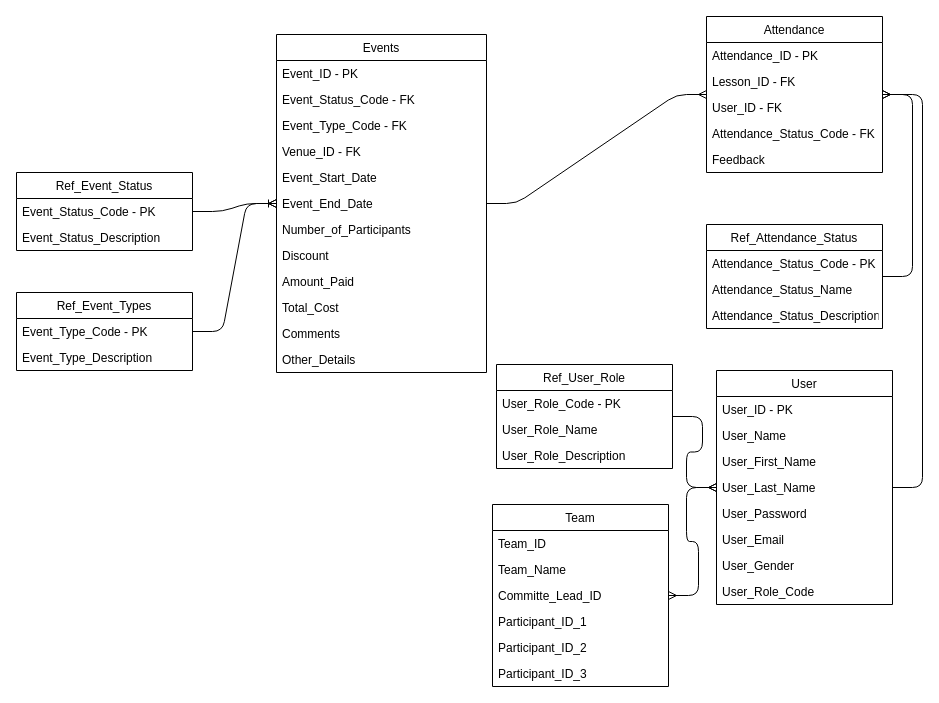
Above: page "ERD - Simplify" (4 of 8) of Documentation/DellEvent.drawio in frostyseb/ITDP (draw.io), before the change. Source tidied: cells renumbered, new cells numbered last; positions are measured from the earlier drawing's top-left corner, leaving out a move shared by most shapes. Both pictures are drawn from the tidied source at 100%, with x=0, y=0 at pixel (16, 16).
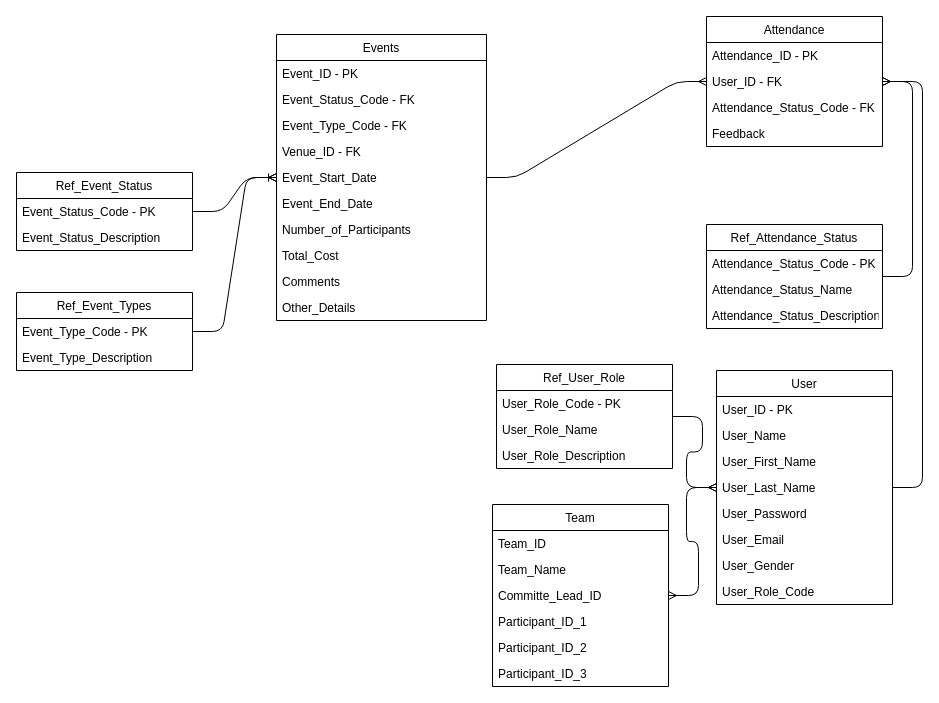
After the change.

What changed in the source:
```diff
@@
     <mxCell id="2" value="Events" style="swimlane;fontStyle=0;horizontal=1;startSize=26;fillColor=none;" parent="1" vertex="1">
-      <mxGeometry x="260" y="18" width="210" height="338" as="geometry" />
+      <mxGeometry x="260" y="18" width="210" height="286" as="geometry" />
     </mxCell>
@@
-    <mxCell id="10" value="Discount" style="text;strokeColor=none;fillColor=none;align=left;verticalAlign=top;spacingLeft=4;spacingRight=4;overflow=hidden;" parent="2" vertex="1">
-      <mxGeometry y="208" width="210" height="26" as="geometry" />
-    </mxCell>
-    <mxCell id="11" value="Amount_Paid" style="text;strokeColor=none;fillColor=none;align=left;verticalAlign=top;spacingLeft=4;spacingRight=4;overflow=hidden;" parent="2" vertex="1">
-      <mxGeometry y="234" width="210" height="26" as="geometry" />
-    </mxCell>
     <mxCell id="12" value="Total_Cost" style="text;strokeColor=none;fillColor=none;align=left;verticalAlign=top;spacingLeft=4;spacingRight=4;overflow=hidden;" parent="2" vertex="1">
-      <mxGeometry y="260" width="210" height="26" as="geometry" />
+      <mxGeometry y="208" width="210" height="26" as="geometry" />
     </mxCell>
     <mxCell id="13" value="Comments" style="text;strokeColor=none;fillColor=none;align=left;verticalAlign=top;spacingLeft=4;spacingRight=4;overflow=hidden;" parent="2" vertex="1">
-      <mxGeometry y="286" width="210" height="26" as="geometry" />
+      <mxGeometry y="234" width="210" height="26" as="geometry" />
     </mxCell>
     <mxCell id="14" value="Other_Details" style="text;strokeColor=none;fillColor=none;align=left;verticalAlign=top;spacingLeft=4;spacingRight=4;overflow=hidden;" parent="2" vertex="1">
-      <mxGeometry y="312" width="210" height="26" as="geometry" />
+      <mxGeometry y="260" width="210" height="26" as="geometry" />
     </mxCell>
     <mxCell id="15" value="Attendance" style="swimlane;fontStyle=0;horizontal=1;startSize=26;fillColor=none;" parent="1" vertex="1">
-      <mxGeometry x="690" width="176" height="156" as="geometry" />
+      <mxGeometry x="690" width="176" height="130" as="geometry" />
     </mxCell>
@@
-    <mxCell id="17" value="Lesson_ID - FK" style="text;strokeColor=none;fillColor=none;align=left;verticalAlign=top;spacingLeft=4;spacingRight=4;overflow=hidden;" parent="15" vertex="1">
-      <mxGeometry y="52" width="176" height="26" as="geometry" />
-    </mxCell>
     <mxCell id="18" value="User_ID - FK" style="text;strokeColor=none;fillColor=none;align=left;verticalAlign=top;spacingLeft=4;spacingRight=4;overflow=hidden;" parent="15" vertex="1">
-      <mxGeometry y="78" width="176" height="26" as="geometry" />
+      <mxGeometry y="52" width="176" height="26" as="geometry" />
     </mxCell>
     <mxCell id="19" value="Attendance_Status_Code - FK" style="text;strokeColor=none;fillColor=none;align=left;verticalAlign=top;spacingLeft=4;spacingRight=4;overflow=hidden;" parent="15" vertex="1">
-      <mxGeometry y="104" width="176" height="26" as="geometry" />
+      <mxGeometry y="78" width="176" height="26" as="geometry" />
     </mxCell>
     <mxCell id="20" value="Feedback" style="text;strokeColor=none;fillColor=none;align=left;verticalAlign=top;spacingLeft=4;spacingRight=4;overflow=hidden;" parent="15" vertex="1">
-      <mxGeometry y="130" width="176" height="26" as="geometry" />
+      <mxGeometry y="104" width="176" height="26" as="geometry" />
     </mxCell>
```
